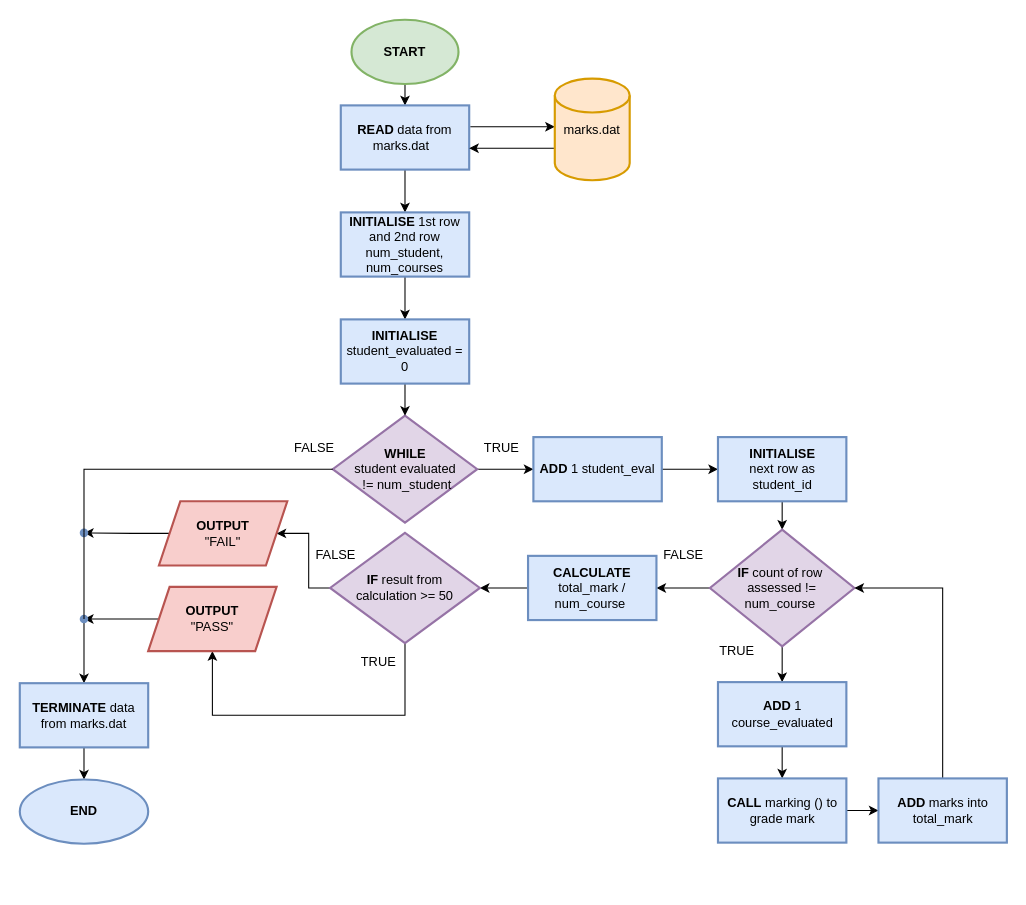
This is page "MainFunc" (1 of 2) of Untitled Diagram.drawio from erwanfadlys/OUM_Final, a draw.io file, before an edit. Source tidied: cells renumbered, new cells numbered last; positions are measured from the earlier drawing's top-left corner, leaving out a move shared by most shapes. Both pictures are drawn from the tidied source at 107%, with x=0, y=0 at pixel (19, 19).
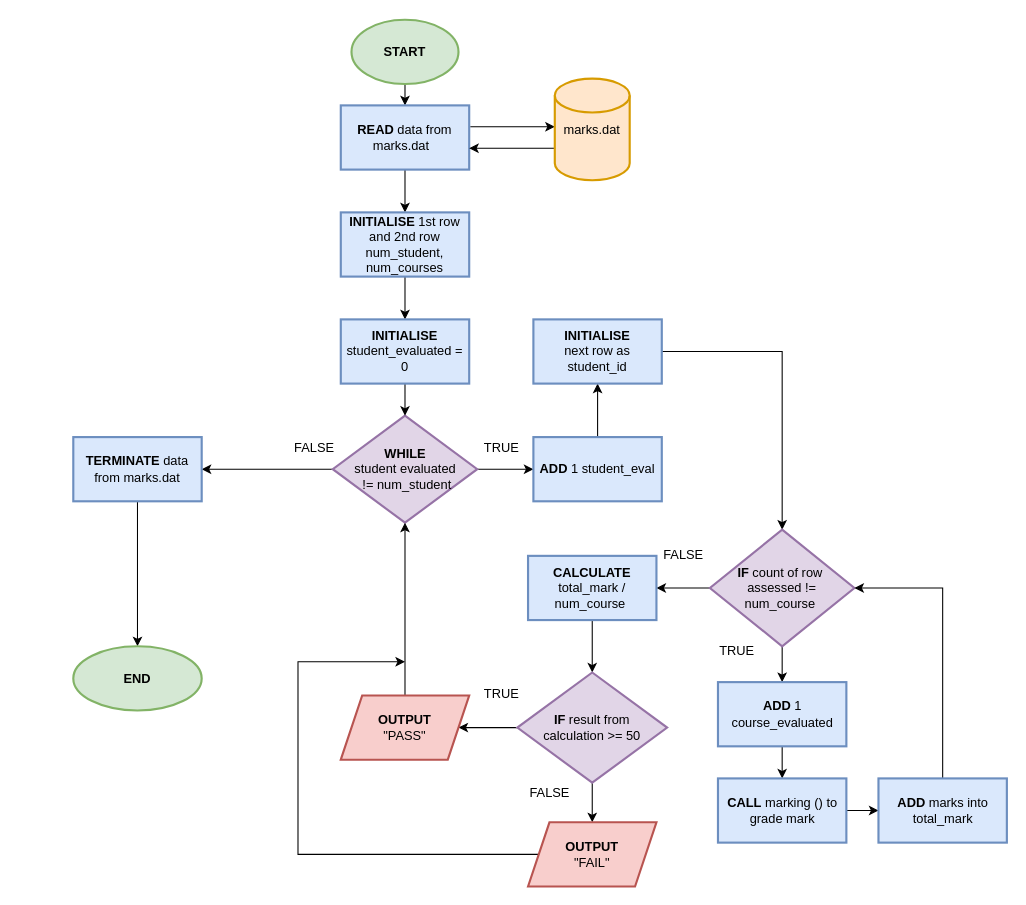
Above is the later version.

The change refers to these unchanged cells:
```xml
<mxCell id="16" value="&lt;b&gt;WHILE&lt;/b&gt;&lt;br&gt;student evaluated&lt;br&gt;&amp;nbsp;!= num_student" style="rhombus;whiteSpace=wrap;html=1;strokeColor=#9673a6;strokeWidth=2;fillColor=#e1d5e7;" parent="1" vertex="1">
  <mxGeometry x="292.5" y="370" width="135" height="100" as="geometry" />
</mxCell>
<mxCell id="17" value="&lt;b&gt;ADD&lt;/b&gt; 1 student_eval" style="whiteSpace=wrap;html=1;strokeColor=#6c8ebf;strokeWidth=2;fillColor=#dae8fc;" parent="1" vertex="1">
  <mxGeometry x="480" y="390" width="120" height="60" as="geometry" />
</mxCell>
```

Diff of the diagram source:
```diff
@@
     <mxCell id="8" style="edgeStyle=orthogonalEdgeStyle;jettySize=auto;html=1;exitX=1;exitY=0.5;exitDx=0;exitDy=0;" parent="1" edge="1" source="17" target="12">
-      <mxGeometry relative="1" as="geometry" />
+      <mxGeometry relative="1" as="geometry">
+        <Array as="points">
+          <mxPoint x="540" y="420" />
+        </Array>
+      </mxGeometry>
     </mxCell>
@@
     <mxCell id="12" value="&lt;b&gt;INITIALISE&lt;/b&gt;&lt;br&gt;next row as student_id" style="whiteSpace=wrap;html=1;strokeWidth=2;fillColor=#dae8fc;strokeColor=#6c8ebf;" parent="1" vertex="1">
-      <mxGeometry x="652.5" y="390" width="120" height="60" as="geometry" />
+      <mxGeometry x="480" y="280" width="120" height="60" as="geometry" />
     </mxCell>
@@
-    <mxCell id="15" style="edgeStyle=orthogonalEdgeStyle;rounded=0;jettySize=auto;html=1;startArrow=none;" parent="1" edge="1" source="44" target="20">
-      <mxGeometry relative="1" as="geometry" />
-    </mxCell>
+    <mxCell id="51" style="edgeStyle=orthogonalEdgeStyle;rounded=0;jettySize=auto;html=1;entryX=1;entryY=0.5;entryDx=0;entryDy=0;" parent="1" edge="1" source="16" target="20">
+      <mxGeometry relative="1" as="geometry" />
+    </mxCell>
@@
     <mxCell id="20" value="&lt;b&gt;TERMINATE&lt;/b&gt; data from marks.dat" style="whiteSpace=wrap;html=1;strokeColor=#6c8ebf;strokeWidth=2;fillColor=#dae8fc;" parent="1" vertex="1">
-      <mxGeometry y="620" width="120" height="60" as="geometry" />
+      <mxGeometry x="50" y="390" width="120" height="60" as="geometry" />
     </mxCell>
@@
+    <mxCell id="35" style="edgeStyle=orthogonalEdgeStyle;rounded=0;jettySize=auto;html=1;" parent="1" edge="1" source="36" target="40">
+      <mxGeometry relative="1" as="geometry" />
+    </mxCell>
-    <mxCell id="34" style="edgeStyle=orthogonalEdgeStyle;rounded=0;jettySize=auto;html=1;exitX=0.5;exitY=1;exitDx=0;exitDy=0;" parent="1" edge="1" source="36" target="38">
-      <mxGeometry relative="1" as="geometry">
-        <Array as="points">
-          <mxPoint x="360" y="650" />
-          <mxPoint x="180" y="650" />
-        </Array>
-      </mxGeometry>
+    <mxCell id="34" style="edgeStyle=orthogonalEdgeStyle;rounded=0;jettySize=auto;html=1;" parent="1" edge="1" source="36" target="38">
+      <mxGeometry relative="1" as="geometry" />
     </mxCell>
-    <mxCell id="35" style="edgeStyle=orthogonalEdgeStyle;rounded=0;jettySize=auto;html=1;" parent="1" edge="1" source="36" target="40">
-      <mxGeometry relative="1" as="geometry" />
-    </mxCell>
     <mxCell id="36" value="&lt;b&gt;IF&lt;/b&gt; result from &lt;br&gt;calculation &amp;gt;= 50" style="rhombus;whiteSpace=wrap;html=1;strokeColor=#9673a6;strokeWidth=2;fillColor=#e1d5e7;" parent="1" vertex="1">
-      <mxGeometry x="290" y="479.5" width="140" height="103" as="geometry" />
+      <mxGeometry x="465" y="610" width="140" height="103" as="geometry" />
     </mxCell>
-    <mxCell id="37" style="edgeStyle=orthogonalEdgeStyle;rounded=0;jettySize=auto;html=1;" parent="1" edge="1" source="38" target="44">
-      <mxGeometry relative="1" as="geometry" />
-    </mxCell>
+    <mxCell id="52" style="edgeStyle=orthogonalEdgeStyle;rounded=0;jettySize=auto;html=1;entryX=0.5;entryY=1;entryDx=0;entryDy=0;" parent="1" edge="1" source="38" target="16">
+      <mxGeometry relative="1" as="geometry" />
+    </mxCell>
     <mxCell id="38" value="&lt;b&gt;OUTPUT&lt;/b&gt;&lt;br&gt;&quot;PASS&quot;" style="shape=parallelogram;perimeter=parallelogramPerimeter;whiteSpace=wrap;html=1;fixedSize=1;strokeColor=#b85450;strokeWidth=2;fillColor=#f8cecc;" parent="1" vertex="1">
-      <mxGeometry x="120" y="530" width="120" height="60" as="geometry" />
+      <mxGeometry x="300" y="631.5" width="120" height="60" as="geometry" />
     </mxCell>
-    <mxCell id="39" style="edgeStyle=orthogonalEdgeStyle;rounded=0;jettySize=auto;html=1;" parent="1" edge="1" source="40" target="42">
-      <mxGeometry relative="1" as="geometry" />
-    </mxCell>
+    <mxCell id="53" style="edgeStyle=orthogonalEdgeStyle;rounded=0;jettySize=auto;html=1;" parent="1" edge="1" source="40">
+      <mxGeometry relative="1" as="geometry">
+        <mxPoint x="360" y="600" as="targetPoint" />
+        <Array as="points">
+          <mxPoint x="260" y="780" />
+          <mxPoint x="260" y="600" />
+        </Array>
+      </mxGeometry>
+    </mxCell>
     <mxCell id="40" value="&lt;b&gt;OUTPUT&lt;br&gt;&lt;/b&gt;&quot;FAIL&quot;" style="shape=parallelogram;perimeter=parallelogramPerimeter;whiteSpace=wrap;html=1;fixedSize=1;strokeColor=#b85450;strokeWidth=2;fillColor=#f8cecc;" parent="1" vertex="1">
-      <mxGeometry x="130" y="450" width="120" height="60" as="geometry" />
+      <mxGeometry x="475" y="750" width="120" height="60" as="geometry" />
     </mxCell>
-    <mxCell id="41" value="&lt;b&gt;END&lt;/b&gt;" style="ellipse;whiteSpace=wrap;html=1;strokeColor=#6c8ebf;strokeWidth=2;fillColor=#dae8fc;" parent="1" vertex="1">
-      <mxGeometry y="710" width="120" height="60" as="geometry" />
+    <mxCell id="41" value="&lt;b&gt;END&lt;/b&gt;" style="ellipse;whiteSpace=wrap;html=1;strokeColor=#82b366;strokeWidth=2;fillColor=#d5e8d4;" parent="1" vertex="1">
+      <mxGeometry x="50" y="585.5" width="120" height="60" as="geometry" />
     </mxCell>
-    <mxCell id="42" style="shape=waypoint;size=6;points=[];fillColor=#dae8fc;perimeter=centerPerimeter;snapToPoint=1;strokeColor=#6c8ebf;strokeWidth=2;" parent="1" vertex="1">
-      <mxGeometry x="40" y="459.5" width="40" height="40" as="geometry" />
-    </mxCell>
-    <mxCell id="43" style="edgeStyle=orthogonalEdgeStyle;rounded=0;jettySize=auto;html=1;endArrow=none;" parent="1" edge="1" source="16" target="42">
-      <mxGeometry relative="1" as="geometry">
-        <Array as="points">
-          <mxPoint x="60" y="420" />
-        </Array>
-      </mxGeometry>
-    </mxCell>
-    <mxCell id="44" style="shape=waypoint;size=6;points=[];fillColor=#dae8fc;perimeter=centerPerimeter;snapToPoint=1;strokeColor=#6c8ebf;strokeWidth=2;" parent="1" vertex="1">
-      <mxGeometry x="40" y="540" width="40" height="40" as="geometry" />
-    </mxCell>
-    <mxCell id="45" style="edgeStyle=orthogonalEdgeStyle;rounded=0;jettySize=auto;html=1;startArrow=none;endArrow=none;" parent="1" edge="1" source="42" target="44">
-      <mxGeometry relative="1" as="geometry" />
-    </mxCell>
     <mxCell id="46" value="FALSE" style="text;html=1;align=center;verticalAlign=middle;strokeColor=none;fillColor=none;" parent="1" vertex="1">
-      <mxGeometry x="270" y="490" width="50" height="20" as="geometry" />
+      <mxGeometry x="470" y="713" width="50" height="20" as="geometry" />
     </mxCell>
     <mxCell id="47" value="TRUE" style="text;html=1;align=center;verticalAlign=middle;strokeColor=none;fillColor=none;" parent="1" vertex="1">
-      <mxGeometry x="310" y="590" width="50" height="20" as="geometry" />
+      <mxGeometry x="425" y="620" width="50" height="20" as="geometry" />
     </mxCell>
```
